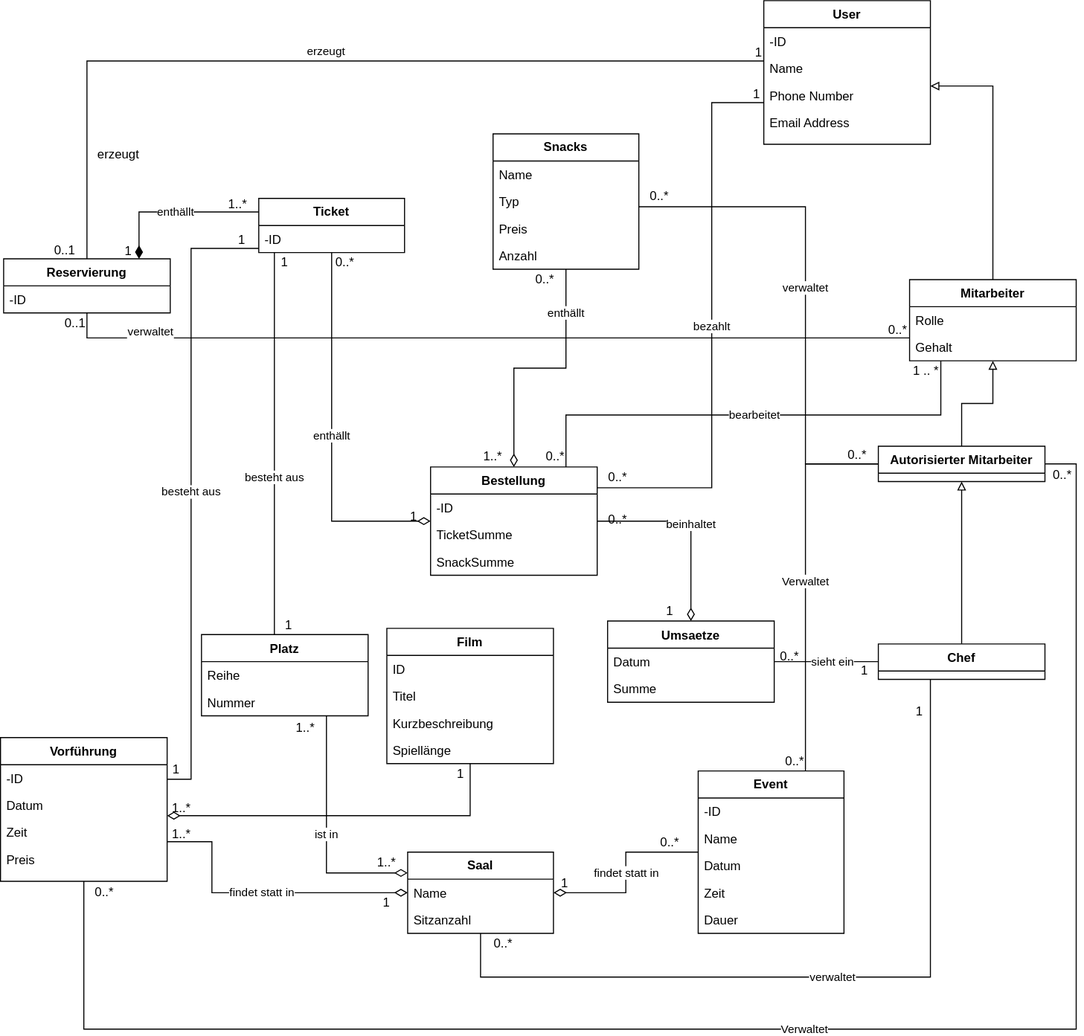
Earlier version of the draw.io export src/main/asciidoc/models/analysis/Klassendiagramm/Klassendiagramm.svg (Leonard0108/Anwendungsprogrammierung). Source tidied: cells renumbered, new cells last; positions are measured from the earlier drawing's top-left corner, leaving out a move shared by most shapes.
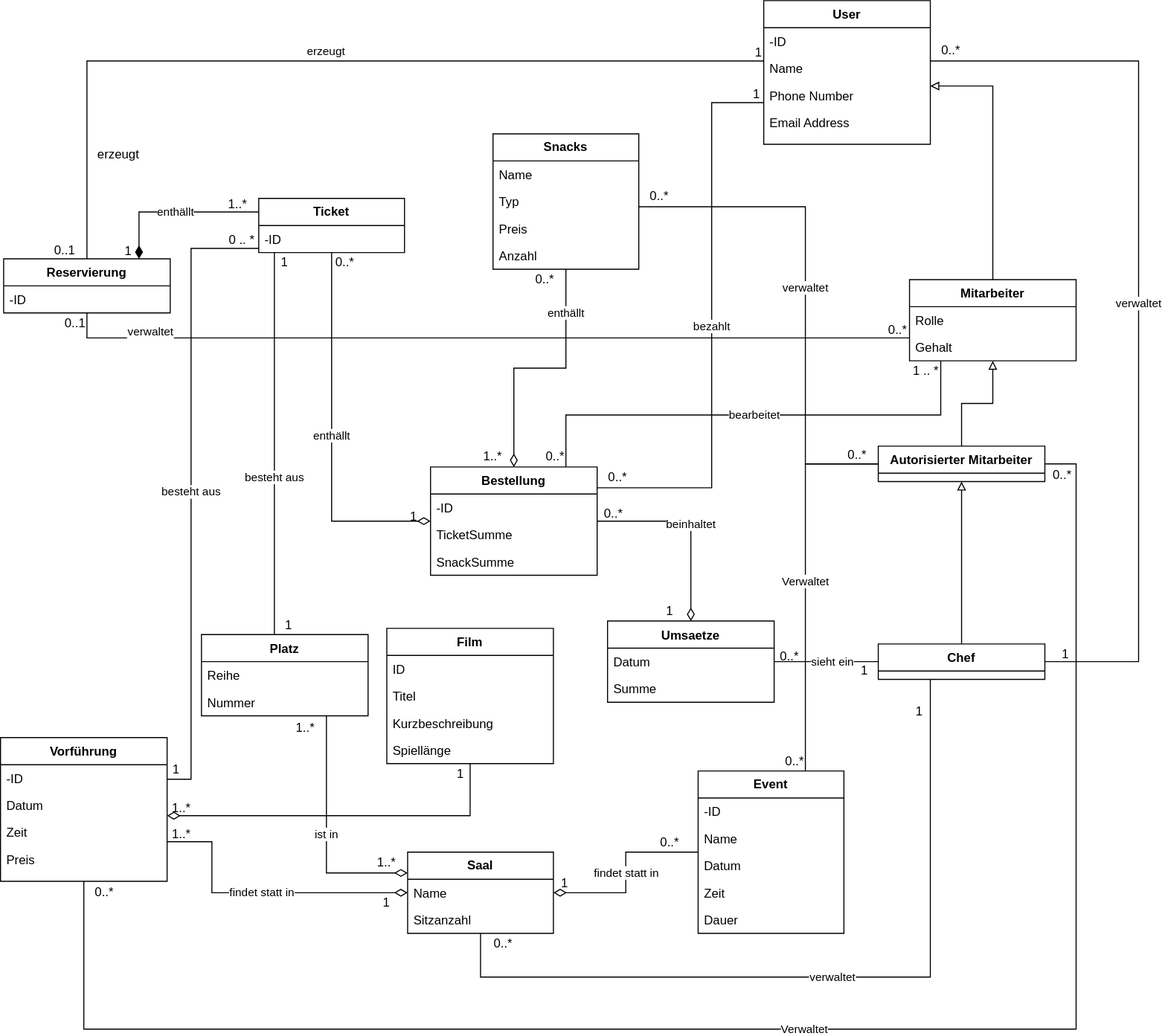
The same file after the commit.

Commit message:
Anpassung und Aufräumen Klassen und Top-Level-Diagramm

Diff of the diagram source:
```diff
@@ -214,6 +214,14 @@
     <mxCell id="55" style="edgeStyle=orthogonalEdgeStyle;rounded=0;jettySize=auto;html=1;startArrow=none;startFill=0;endArrow=block;endFill=0;" parent="1" edge="1" source="56" target="73">
       <mxGeometry relative="1" as="geometry" />
     </mxCell>
+    <mxCell id="110" value="verwaltet" style="edgeStyle=orthogonalEdgeStyle;rounded=0;jettySize=auto;html=1;endArrow=none;endFill=0;" parent="1" edge="1" source="56" target="2">
+      <mxGeometry relative="1" as="geometry">
+        <Array as="points">
+          <mxPoint x="1093" y="635" />
+          <mxPoint x="1093" y="58" />
+        </Array>
+      </mxGeometry>
+    </mxCell>
     <mxCell id="56" value="Chef" style="swimlane;fontStyle=1;align=center;verticalAlign=top;horizontal=1;startSize=26;" parent="1" vertex="1">
       <mxGeometry x="843" y="618" width="160" height="34" as="geometry" />
     </mxCell>
@@ -309,7 +317,7 @@
       </mxGeometry>
     </mxCell>
     <mxCell id="77" value="0..*" style="text;html=1;strokeColor=none;fillColor=none;align=center;verticalAlign=middle;whiteSpace=wrap;rounded=0;" parent="1" vertex="1">
-      <mxGeometry x="573" y="489" width="40" height="19" as="geometry" />
+      <mxGeometry x="569" y="483" width="40" height="19" as="geometry" />
     </mxCell>
     <mxCell id="78" value="0..*" style="text;html=1;strokeColor=none;fillColor=none;align=center;verticalAlign=middle;whiteSpace=wrap;rounded=0;" parent="1" vertex="1">
       <mxGeometry x="503" y="258" width="40" height="19" as="geometry" />
@@ -382,7 +390,7 @@
     <mxCell id="100" value="1" style="text;html=1;strokeColor=none;fillColor=none;align=center;verticalAlign=middle;whiteSpace=wrap;rounded=0;" parent="1" vertex="1">
       <mxGeometry x="253" y="242" width="40" height="19" as="geometry" />
     </mxCell>
-    <mxCell id="101" value="1" style="text;html=1;strokeColor=none;fillColor=none;align=center;verticalAlign=middle;whiteSpace=wrap;rounded=0;" parent="1" vertex="1">
+    <mxCell id="101" value="0 .. *" style="text;html=1;strokeColor=none;fillColor=none;align=center;verticalAlign=middle;whiteSpace=wrap;rounded=0;" parent="1" vertex="1">
       <mxGeometry x="212" y="220" width="40" height="19" as="geometry" />
     </mxCell>
     <mxCell id="102" value="1" style="text;html=1;strokeColor=none;fillColor=none;align=center;verticalAlign=middle;whiteSpace=wrap;rounded=0;" parent="1" vertex="1">
@@ -413,5 +421,11 @@
     <mxCell id="109" value="0..*" style="text;html=1;strokeColor=none;fillColor=none;align=center;verticalAlign=middle;whiteSpace=wrap;rounded=0;" parent="1" vertex="1">
       <mxGeometry x="613" y="178" width="40" height="19" as="geometry" />
     </mxCell>
+    <mxCell id="111" value="1" style="text;html=1;strokeColor=none;fillColor=none;align=center;verticalAlign=middle;whiteSpace=wrap;rounded=0;" parent="1" vertex="1">
+      <mxGeometry x="1003" y="618" width="40" height="19" as="geometry" />
+    </mxCell>
+    <mxCell id="112" value="0..*" style="text;html=1;strokeColor=none;fillColor=none;align=center;verticalAlign=middle;whiteSpace=wrap;rounded=0;" parent="1" vertex="1">
+      <mxGeometry x="893" y="38" width="40" height="19" as="geometry" />
+    </mxCell>
   </root>
 </mxGraphModel>
```
